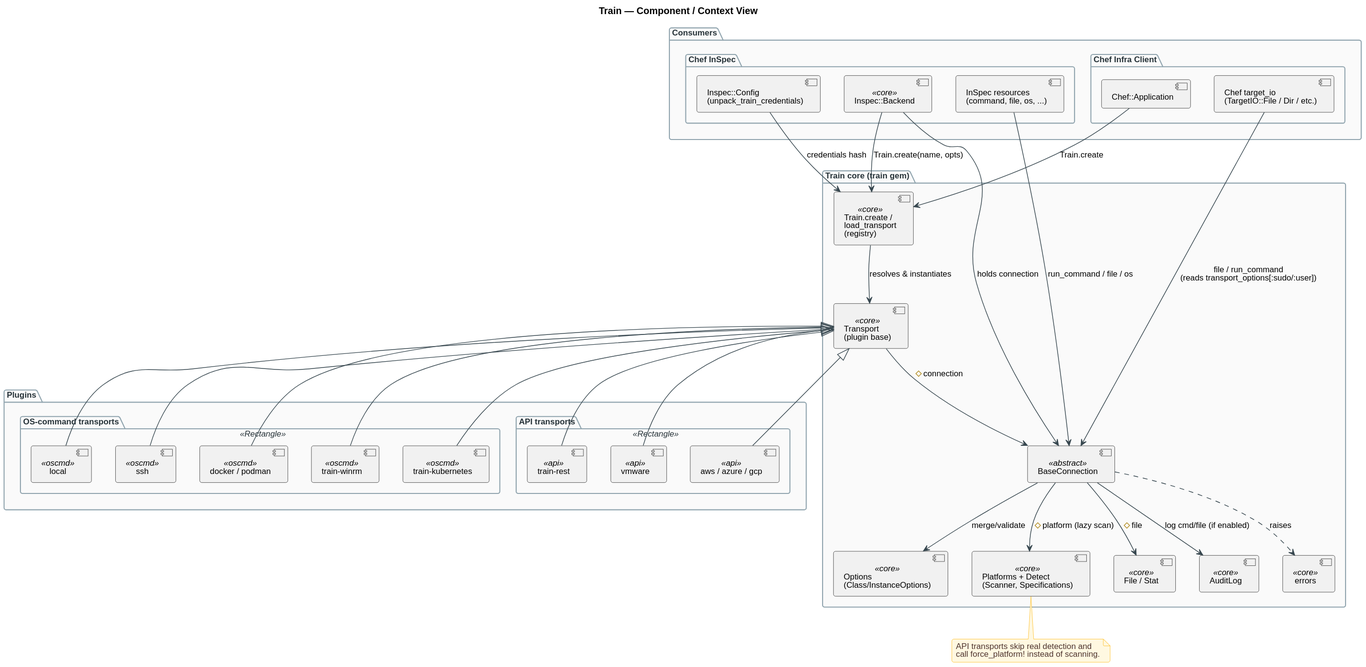
inspec/train keeps this PlantUML diagram as context/local/architecture/diagrams/01-component-context.svg. Above is the earlier version. Its source is kept beside it as context/local/architecture/diagrams/01-component-context.puml.
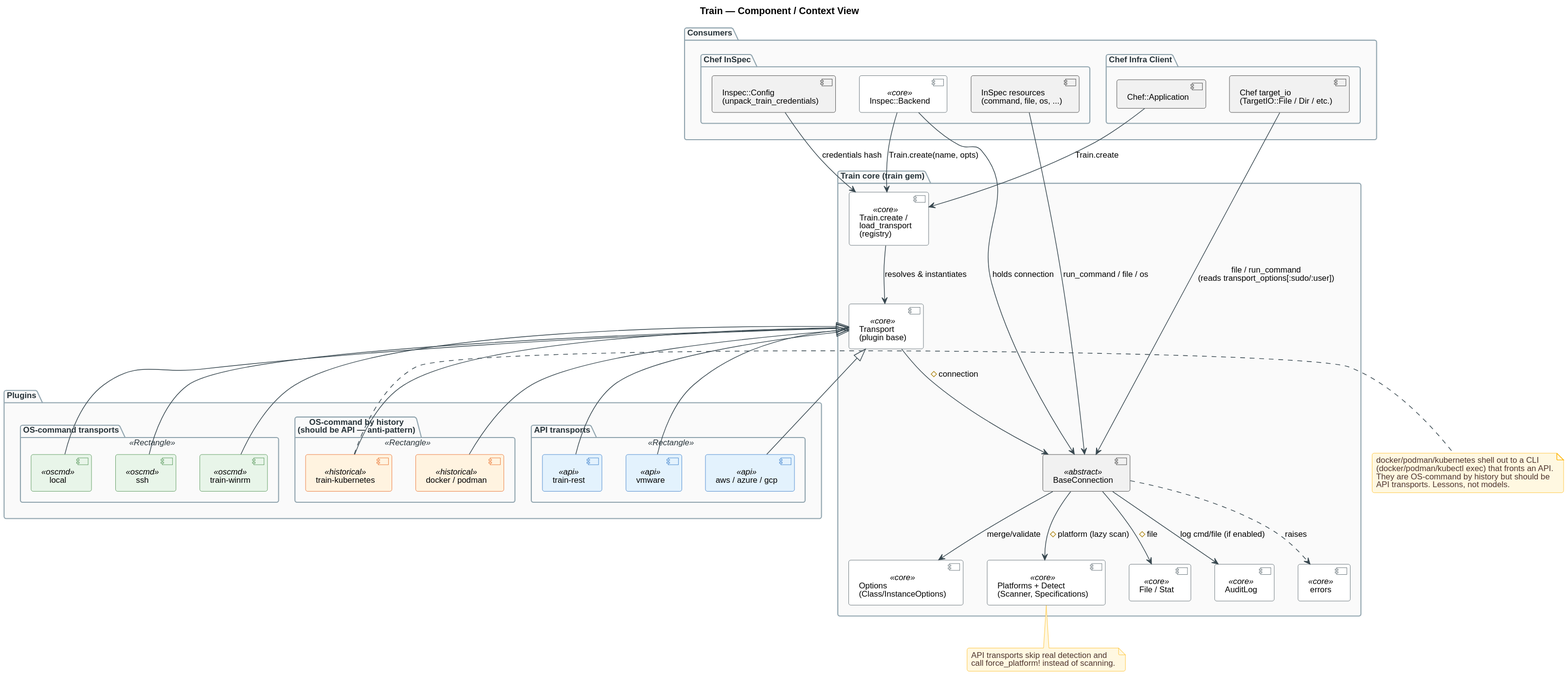
The same diagram one commit later.

Diff of the diagram source:
```diff
@@ -30,9 +30,11 @@
   package "OS-command transports" <<Rectangle>> {
     [local] as PLocal <<oscmd>>
     [ssh] as PSsh <<oscmd>>
-    [docker / podman] as PDocker <<oscmd>>
     [train-winrm] as PWinrm <<oscmd>>
-    [train-kubernetes] as PK8s <<oscmd>>
+  }
+  package "OS-command by history\n(should be API — anti-pattern)" <<Rectangle>> {
+    [docker / podman] as PDocker <<historical>>
+    [train-kubernetes] as PK8s <<historical>>
   }
   package "API transports" <<Rectangle>> {
     [aws / azure / gcp] as PAws <<api>>
@@ -70,4 +72,11 @@
   call force_platform! instead of scanning.
 end note
 
+note right of PK8s
+  docker/podman/kubernetes shell out to a CLI
+  (docker/podman/kubectl exec) that fronts an API.
+  They are OS-command by history but should be
+  API transports. Lessons, not models.
+end note
+
 @enduml
```
